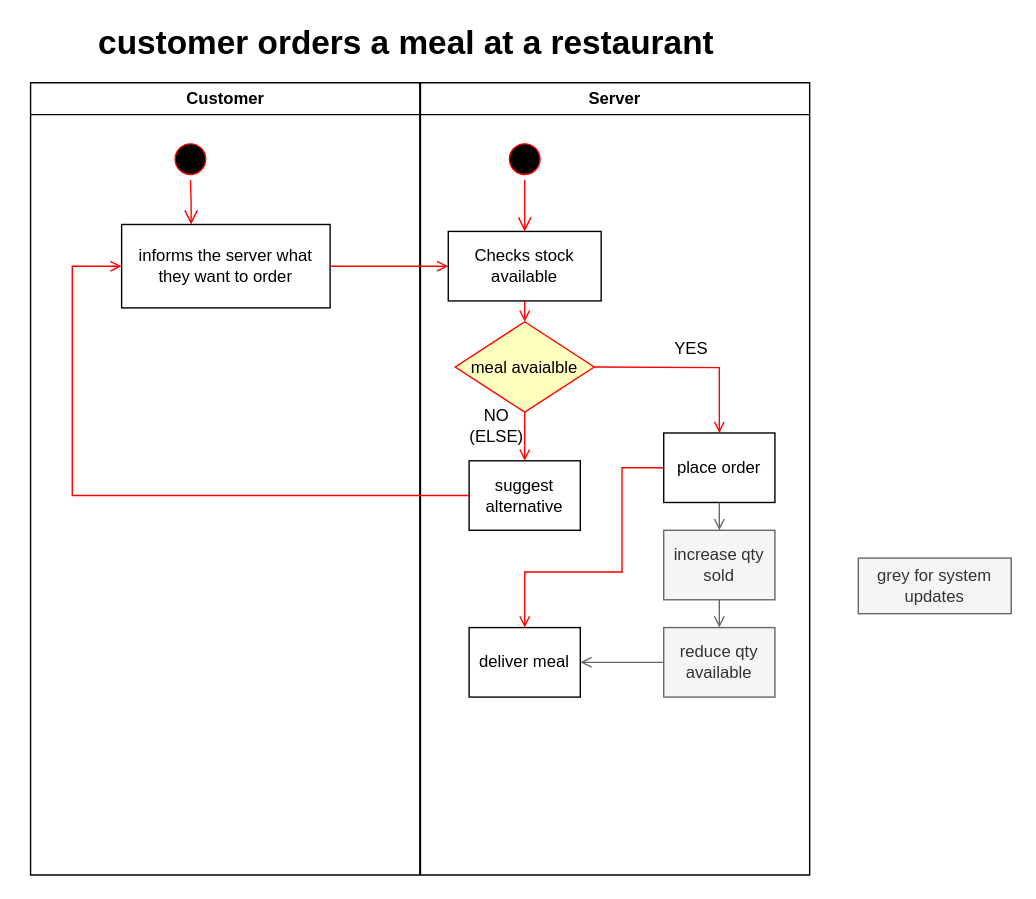
Before: documentation/Activity Diagram V2.drawio in KryptoFlamingo/Inventory_Management_App, a draw.io diagram. Source tidied: cells renumbered, new cells numbered last; positions are measured from the earlier drawing's top-left corner, leaving out a move shared by most shapes. Both pictures are drawn from the tidied source at 139%, with x=0, y=0 at pixel (24, 29).
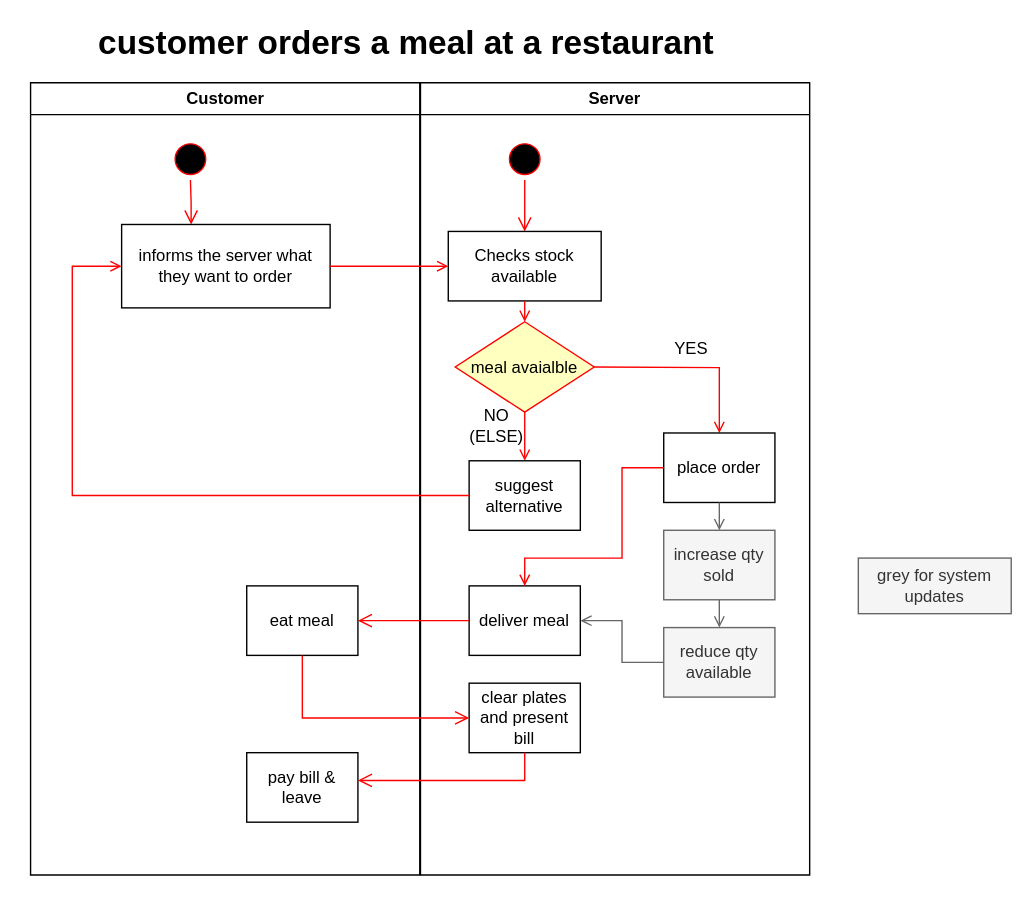
After the change.

Commit message:
version submitted for PDA

Unchanged cells that the change refers to:
```xml
<mxCell id="2" value="Customer" style="swimlane;whiteSpace=wrap;" parent="1" vertex="1">
  <mxGeometry x="4.5" y="38" width="280" height="570" as="geometry" />
</mxCell>
<mxCell id="6" value="Server" style="swimlane;whiteSpace=wrap;" parent="1" vertex="1">
  <mxGeometry x="285" y="38" width="280" height="570" as="geometry" />
</mxCell>
<mxCell id="16" value="place order" style="whiteSpace=wrap;" parent="6" vertex="1">
  <mxGeometry x="175" y="252" width="80" height="50" as="geometry" />
</mxCell>
<mxCell id="19" value="reduce qty available" style="whiteSpace=wrap;fillColor=#f5f5f5;strokeColor=#666666;fontColor=#333333;" parent="6" vertex="1">
  <mxGeometry x="175" y="392" width="80" height="50" as="geometry" />
</mxCell>
```

The edit, as a diff of the source:
```diff
@@
+    <mxCell id="29" value="eat meal" style="whiteSpace=wrap;" parent="2" vertex="1">
+      <mxGeometry x="155.5" y="362" width="80" height="50" as="geometry" />
+    </mxCell>
+    <mxCell id="30" value="pay bill &amp; leave" style="whiteSpace=wrap;" parent="2" vertex="1">
+      <mxGeometry x="155.5" y="482" width="80" height="50" as="geometry" />
+    </mxCell>
@@
-    <mxCell id="22" value="deliver meal" style="whiteSpace=wrap;" parent="6" vertex="1">
-      <mxGeometry x="35" y="392" width="80" height="50" as="geometry" />
+    <mxCell id="22" value="deliver meal" style="whiteSpace=wrap;fillColor=none;" parent="6" vertex="1">
+      <mxGeometry x="35" y="362" width="80" height="50" as="geometry" />
     </mxCell>
     <mxCell id="23" style="endArrow=open;strokeColor=#666666;endFill=1;rounded=0;entryX=1;entryY=0.5;entryDx=0;entryDy=0;exitX=0;exitY=0.5;exitDx=0;exitDy=0;fillColor=#f5f5f5;" parent="6" edge="1" source="19" target="22">
-      <mxGeometry relative="1" as="geometry" />
+      <mxGeometry relative="1" as="geometry">
+        <Array as="points">
+          <mxPoint x="145" y="417" />
+          <mxPoint x="145" y="387" />
+        </Array>
+      </mxGeometry>
     </mxCell>
     <mxCell id="24" style="endArrow=open;strokeColor=#FF0000;endFill=1;rounded=0;exitX=0;exitY=0.5;exitDx=0;exitDy=0;entryX=0.5;entryY=0;entryDx=0;entryDy=0;" parent="6" edge="1" source="16" target="22">
       <mxGeometry relative="1" as="geometry">
         <Array as="points">
           <mxPoint x="145" y="277" />
-          <mxPoint x="145" y="352" />
-          <mxPoint x="75" y="352" />
+          <mxPoint x="145" y="342" />
+          <mxPoint x="75" y="342" />
         </Array>
       </mxGeometry>
     </mxCell>
+    <mxCell id="31" value="clear plates and present bill" style="whiteSpace=wrap;" parent="6" vertex="1">
+      <mxGeometry x="35" y="432" width="80" height="50" as="geometry" />
+    </mxCell>
+    <mxCell id="32" style="edgeStyle=elbowEdgeStyle;elbow=horizontal;verticalAlign=bottom;endArrow=open;endSize=8;strokeColor=#FF0000;endFill=1;rounded=0;exitX=0.5;exitY=1;exitDx=0;exitDy=0;entryX=1;entryY=0.5;entryDx=0;entryDy=0;" parent="6" edge="1" source="31">
+      <mxGeometry x="-395" y="17" as="geometry">
+        <mxPoint x="-45" y="502" as="targetPoint" />
+        <Array as="points">
+          <mxPoint x="75" y="542" />
+        </Array>
+      </mxGeometry>
+    </mxCell>
@@
+    <mxCell id="33" style="edgeStyle=elbowEdgeStyle;elbow=horizontal;verticalAlign=bottom;endArrow=open;endSize=8;strokeColor=#FF0000;endFill=1;rounded=0;entryX=0;entryY=0.5;entryDx=0;entryDy=0;exitX=0.5;exitY=1;exitDx=0;exitDy=0;" parent="1" edge="1" source="29" target="31">
+      <mxGeometry x="50" y="30" as="geometry">
+        <Array as="points">
+          <mxPoint x="200" y="515" />
+        </Array>
+      </mxGeometry>
+    </mxCell>
+    <mxCell id="34" style="edgeStyle=elbowEdgeStyle;elbow=horizontal;verticalAlign=bottom;endArrow=open;endSize=8;strokeColor=#FF0000;endFill=1;rounded=0;exitX=0;exitY=0.5;exitDx=0;exitDy=0;entryX=1;entryY=0.5;entryDx=0;entryDy=0;" parent="1" edge="1" source="22" target="29">
+      <mxGeometry x="50" y="30" as="geometry" />
+    </mxCell>
```
